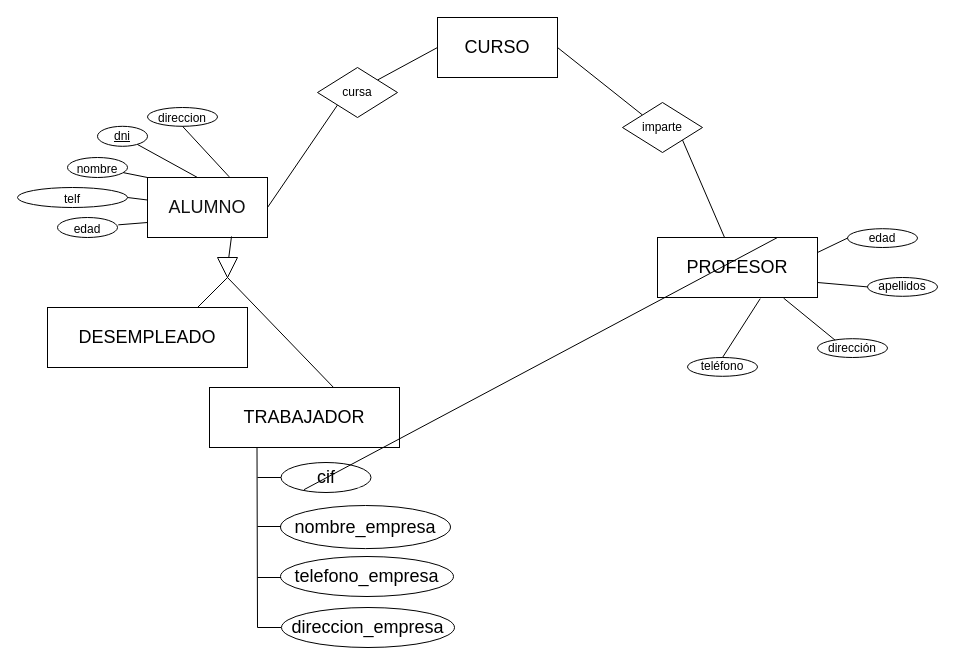
Above: Untitled Diagram.drawio in JuanMarinG/TA12_MYSQL (draw.io), before the change. Source tidied: cells renumbered, new cells numbered last; positions are measured from the earlier drawing's top-left corner, leaving out a move shared by most shapes. Both pictures are drawn from the tidied source at 100%, with x=0, y=0 at pixel (17, 17).
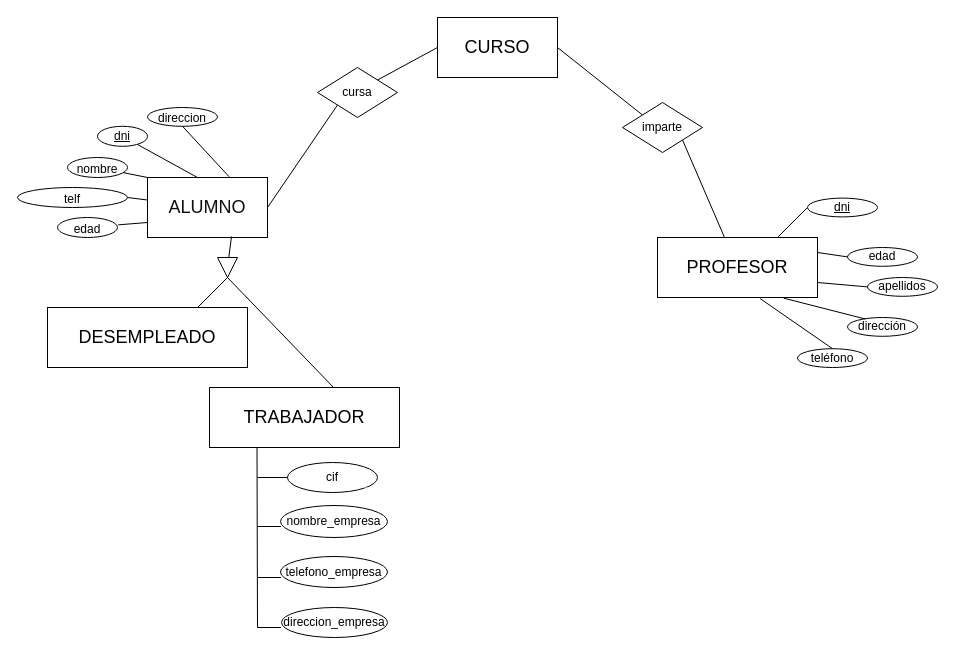
The same diagram, later.

The change refers to these unchanged cells:
```xml
<mxCell id="9" value="PROFESOR" style="rounded=0;whiteSpace=wrap;html=1;shadow=0;sketch=0;fontSize=18;" parent="1" vertex="1">
  <mxGeometry x="640" y="220" width="160" height="60" as="geometry" />
</mxCell>
```

Diff of the diagram source:
```diff
@@
-    <mxCell id="12" value="cif" style="ellipse;whiteSpace=wrap;html=1;rounded=0;shadow=0;sketch=0;fontSize=18;" parent="1" vertex="1">
-      <mxGeometry x="263.5" y="445" width="90" height="30" as="geometry" />
+    <mxCell id="12" value="cif" style="ellipse;whiteSpace=wrap;html=1;rounded=0;shadow=0;sketch=0;fontSize=12;" parent="1" vertex="1">
+      <mxGeometry x="270" y="445" width="90" height="30" as="geometry" />
     </mxCell>
@@
     <mxCell id="20" value="&lt;font style=&quot;font-size: 12px;&quot;&gt;edad&lt;/font&gt;" style="ellipse;whiteSpace=wrap;html=1;rounded=0;shadow=0;sketch=0;fontSize=12;" parent="1" vertex="1">
-      <mxGeometry x="830" y="211.2" width="70" height="18.8" as="geometry" />
+      <mxGeometry x="830" y="230" width="70" height="18.8" as="geometry" />
     </mxCell>
@@
     <mxCell id="22" value="dirección" style="ellipse;whiteSpace=wrap;html=1;rounded=0;shadow=0;sketch=0;fontSize=12;" parent="1" vertex="1">
-      <mxGeometry x="800" y="321.2" width="70" height="18.8" as="geometry" />
+      <mxGeometry x="830" y="300" width="70" height="18.8" as="geometry" />
     </mxCell>
     <mxCell id="23" value="teléfono" style="ellipse;whiteSpace=wrap;html=1;rounded=0;shadow=0;sketch=0;fontSize=12;" parent="1" vertex="1">
-      <mxGeometry x="670" y="340" width="70" height="18.8" as="geometry" />
+      <mxGeometry x="780" y="331.2" width="70" height="18.8" as="geometry" />
     </mxCell>
@@
-    <mxCell id="35" value="direccion_empresa" style="ellipse;whiteSpace=wrap;html=1;rounded=0;shadow=0;sketch=0;fontSize=18;" parent="1" vertex="1">
-      <mxGeometry x="264" y="590" width="173" height="40" as="geometry" />
+    <mxCell id="35" value="direccion_empresa" style="ellipse;whiteSpace=wrap;html=1;rounded=0;shadow=0;sketch=0;fontSize=12;" parent="1" vertex="1">
+      <mxGeometry x="264" y="590" width="106" height="30" as="geometry" />
     </mxCell>
-    <mxCell id="36" value="telefono_empresa" style="ellipse;whiteSpace=wrap;html=1;rounded=0;shadow=0;sketch=0;fontSize=18;" parent="1" vertex="1">
-      <mxGeometry x="263" y="539" width="173" height="40" as="geometry" />
+    <mxCell id="36" value="telefono_empresa" style="ellipse;whiteSpace=wrap;html=1;rounded=0;shadow=0;sketch=0;fontSize=12;" parent="1" vertex="1">
+      <mxGeometry x="263" y="539" width="107" height="31" as="geometry" />
     </mxCell>
-    <mxCell id="37" value="nombre_empresa" style="ellipse;whiteSpace=wrap;html=1;rounded=0;shadow=0;sketch=0;fontSize=18;" parent="1" vertex="1">
-      <mxGeometry x="263" y="488" width="170" height="43.1" as="geometry" />
-    </mxCell>
@@
-    <mxCell id="46" style="endArrow=none;html=1;rounded=0;exitX=0.256;exitY=0.905;exitDx=0;exitDy=0;exitPerimeter=0;entryX=0.75;entryY=0;entryDx=0;entryDy=0;" parent="1" edge="1" source="12" target="9">
+    <mxCell id="46" style="endArrow=none;html=1;rounded=0;entryX=0.75;entryY=0;entryDx=0;entryDy=0;exitX=0;exitY=0.5;exitDx=0;exitDy=0;" parent="1" edge="1" source="48" target="9">
       <mxGeometry relative="1" as="geometry" />
     </mxCell>
@@
+    <mxCell id="48" value="&lt;font style=&quot;font-size: 12px;&quot;&gt;dni&lt;/font&gt;" style="ellipse;whiteSpace=wrap;html=1;rounded=0;shadow=0;sketch=0;fontSize=12;fontStyle=4;" parent="1" vertex="1">
+      <mxGeometry x="790" y="180.6" width="70" height="18.8" as="geometry" />
+    </mxCell>
+    <mxCell id="37" value="nombre_empresa" style="ellipse;whiteSpace=wrap;html=1;rounded=0;shadow=0;sketch=0;fontSize=12;" parent="1" vertex="1">
+      <mxGeometry x="263" y="488" width="107" height="32" as="geometry" />
+    </mxCell>
```
